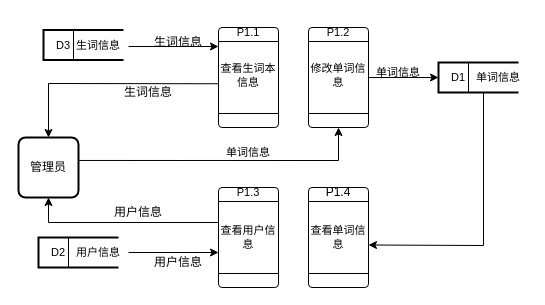
This is page "第 5 页" (5 of 9) of 功能模块图.drawio from 13593227471/HelloGitHub, a draw.io file, before an edit. Source tidied: cells renumbered, new cells numbered last; positions are measured from the earlier drawing's top-left corner, leaving out a move shared by most shapes. Both pictures are drawn from the tidied source at 100%, with x=0, y=0 at pixel (18, 17).
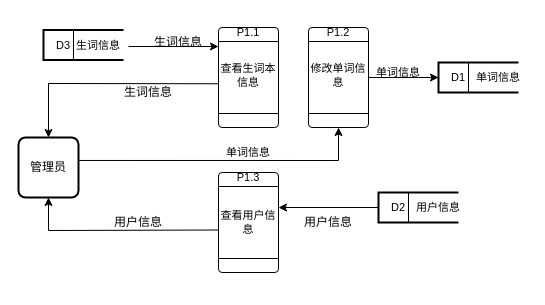
After the change.

Unchanged cells that the change refers to:
```xml
<mxCell id="2" value="管理员" style="rounded=1;whiteSpace=wrap;html=1;absoluteArcSize=1;arcSize=14;strokeWidth=2;" parent="1" vertex="1">
  <mxGeometry y="120" width="60" height="60" as="geometry" />
</mxCell>
<mxCell id="9" value="单词信息" style="text;html=1;strokeColor=none;fillColor=none;align=center;verticalAlign=middle;whiteSpace=wrap;rounded=0;fontSize=11;fontFamily=Helvetica;fontColor=default;" parent="1" vertex="1">
  <mxGeometry x="450" y="45" width="60" height="30" as="geometry" />
</mxCell>
```

Change to the diagram source:
```diff
@@
     <mxCell id="13" style="verticalLabelPosition=bottom;verticalAlign=top;html=1;shape=process;whiteSpace=wrap;rounded=1;size=0.14;arcSize=6;fontFamily=Helvetica;fontSize=11;fontColor=default;rotation=-90;" parent="1" vertex="1">
-      <mxGeometry x="180" y="190" width="100" height="60" as="geometry" />
+      <mxGeometry x="180" y="175" width="100" height="60" as="geometry" />
     </mxCell>
     <mxCell id="14" value="P1.3" style="text;html=1;strokeColor=none;fillColor=none;align=center;verticalAlign=middle;whiteSpace=wrap;rounded=0;fontSize=11;fontFamily=Helvetica;fontColor=default;" parent="1" vertex="1">
-      <mxGeometry x="200" y="160" width="60" height="30" as="geometry" />
+      <mxGeometry x="200" y="145" width="60" height="30" as="geometry" />
     </mxCell>
     <mxCell id="15" value="查看用户信息" style="text;html=1;strokeColor=none;fillColor=none;align=center;verticalAlign=middle;whiteSpace=wrap;rounded=0;fontSize=11;fontFamily=Helvetica;fontColor=default;" parent="1" vertex="1">
-      <mxGeometry x="200" y="205" width="60" height="30" as="geometry" />
+      <mxGeometry x="200" y="190" width="60" height="30" as="geometry" />
     </mxCell>
@@
-    <mxCell id="17" style="verticalLabelPosition=bottom;verticalAlign=top;html=1;shape=process;whiteSpace=wrap;rounded=1;size=0.14;arcSize=6;fontFamily=Helvetica;fontSize=11;fontColor=default;rotation=-90;" parent="1" vertex="1">
-      <mxGeometry x="270" y="190" width="100" height="60" as="geometry" />
-    </mxCell>
-    <mxCell id="18" value="查看单词信息" style="text;html=1;strokeColor=none;fillColor=none;align=center;verticalAlign=middle;whiteSpace=wrap;rounded=0;fontSize=11;fontFamily=Helvetica;fontColor=default;" parent="1" vertex="1">
-      <mxGeometry x="290" y="205" width="60" height="30" as="geometry" />
-    </mxCell>
-    <mxCell id="19" value="P1.4" style="text;html=1;strokeColor=none;fillColor=none;align=center;verticalAlign=middle;whiteSpace=wrap;rounded=0;" parent="1" vertex="1">
-      <mxGeometry x="290" y="160" width="60" height="30" as="geometry" />
-    </mxCell>
@@
-    <mxCell id="23" style="endArrow=classic;html=1;rounded=0;exitX=0.25;exitY=1;exitDx=0;exitDy=0;entryX=1;entryY=0.75;entryDx=0;entryDy=0;" parent="1" edge="1" source="9" target="18">
-      <mxGeometry relative="1" as="geometry">
-        <Array as="points">
-          <mxPoint x="465" y="228" />
-        </Array>
-      </mxGeometry>
-    </mxCell>
     <mxCell id="24" style="strokeWidth=2;html=1;shape=mxgraph.flowchart.annotation_1;align=left;fontFamily=Helvetica;fontSize=11;fontColor=default;" parent="1" vertex="1">
-      <mxGeometry x="20" y="220" width="80" height="30" as="geometry" />
+      <mxGeometry x="360" y="175" width="80" height="30" as="geometry" />
     </mxCell>
     <mxCell id="25" style="endArrow=none;html=1;rounded=0;labelBackgroundColor=default;strokeColor=default;fontFamily=Helvetica;fontSize=11;fontColor=default;shape=connector;" parent="1" edge="1">
       <mxGeometry relative="1" as="geometry">
-        <mxPoint x="50" y="250" as="sourcePoint" />
-        <mxPoint x="50" y="220" as="targetPoint" />
+        <mxPoint x="390" y="205" as="sourcePoint" />
+        <mxPoint x="390" y="175" as="targetPoint" />
       </mxGeometry>
     </mxCell>
     <mxCell id="26" value="D2" style="text;html=1;strokeColor=none;fillColor=none;align=center;verticalAlign=middle;whiteSpace=wrap;rounded=0;fontSize=11;fontFamily=Helvetica;fontColor=default;" parent="1" vertex="1">
-      <mxGeometry x="10" y="220" width="60" height="30" as="geometry" />
+      <mxGeometry x="350" y="175" width="60" height="30" as="geometry" />
     </mxCell>
     <mxCell id="27" value="用户信息" style="text;html=1;strokeColor=none;fillColor=none;align=center;verticalAlign=middle;whiteSpace=wrap;rounded=0;fontSize=11;fontFamily=Helvetica;fontColor=default;" parent="1" vertex="1">
-      <mxGeometry x="50" y="220" width="60" height="30" as="geometry" />
+      <mxGeometry x="390" y="175" width="60" height="30" as="geometry" />
     </mxCell>
-    <mxCell id="28" style="endArrow=classic;html=1;rounded=0;exitX=1;exitY=0.5;exitDx=0;exitDy=0;entryX=0;entryY=1;entryDx=0;entryDy=0;" parent="1" edge="1" source="27" target="15">
-      <mxGeometry relative="1" as="geometry" />
-    </mxCell>
     <mxCell id="29" value="用户信息" style="text;html=1;strokeColor=none;fillColor=none;align=center;verticalAlign=middle;whiteSpace=wrap;rounded=0;" parent="1" vertex="1">
-      <mxGeometry x="130" y="230" width="60" height="30" as="geometry" />
+      <mxGeometry x="280" y="190" width="60" height="30" as="geometry" />
     </mxCell>
-    <mxCell id="30" style="endArrow=classic;html=1;rounded=0;entryX=0.5;entryY=1;entryDx=0;entryDy=0;exitX=0;exitY=0;exitDx=0;exitDy=0;" parent="1" edge="1" source="15" target="2">
-      <mxGeometry relative="1" as="geometry">
-        <Array as="points">
-          <mxPoint x="30" y="205" />
-        </Array>
-      </mxGeometry>
-    </mxCell>
     <mxCell id="31" value="用户信息" style="text;html=1;strokeColor=none;fillColor=none;align=center;verticalAlign=middle;whiteSpace=wrap;rounded=0;" parent="1" vertex="1">
-      <mxGeometry x="90" y="180" width="60" height="30" as="geometry" />
+      <mxGeometry x="90" y="190" width="60" height="30" as="geometry" />
     </mxCell>
@@
+    <mxCell id="40" style="endArrow=classic;html=1;rounded=0;entryX=1;entryY=0;entryDx=0;entryDy=0;" parent="1" edge="1" target="15">
+      <mxGeometry relative="1" as="geometry">
+        <mxPoint x="360" y="190" as="sourcePoint" />
+      </mxGeometry>
+    </mxCell>
+    <mxCell id="30" style="endArrow=classic;html=1;rounded=0;exitX=0;exitY=0.75;exitDx=0;exitDy=0;entryX=0.5;entryY=1;entryDx=0;entryDy=0;" parent="1" edge="1" source="15" target="2">
+      <mxGeometry relative="1" as="geometry">
+        <Array as="points">
+          <mxPoint x="30" y="213" />
+        </Array>
+      </mxGeometry>
+    </mxCell>
```
